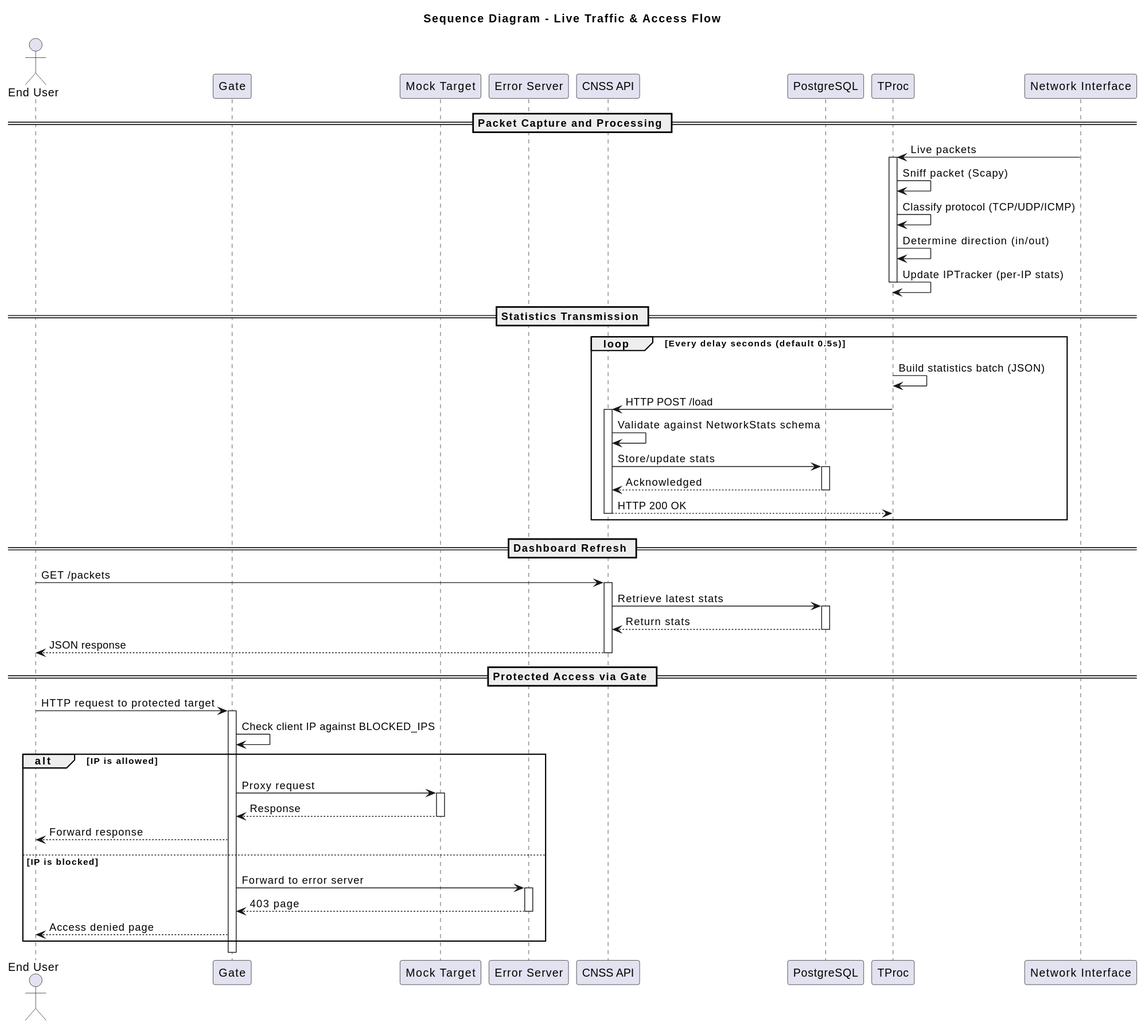
The PlantUML diagram docs/architecture/dynamic-view/sequence-diagram.svg in SWP-Team-46/Traffic-Proccessor, before a commit. The source it was exported from:
```plantuml
@startuml
title Sequence Diagram - Live Traffic & Access Flow

actor "End User" as user
participant "Gate" as gate
participant "Mock Target" as target
participant "Error Server" as error
participant "CNSS API" as api
participant "PostgreSQL" as db
participant "TProc" as tp
participant "Network Interface" as net

== Packet Capture and Processing ==
net -> tp: Live packets
activate tp
tp -> tp: Sniff packet (Scapy)
tp -> tp: Classify protocol (TCP/UDP/ICMP)
tp -> tp: Determine direction (in/out)
tp -> tp: Update IPTracker (per-IP stats)
deactivate tp

== Statistics Transmission ==
loop Every delay seconds (default 0.5s)
    tp -> tp: Build statistics batch (JSON)
    tp -> api: HTTP POST /load
    activate api
    api -> api: Validate against NetworkStats schema
    api -> db: Store/update stats
    activate db
    db --> api: Acknowledged
    deactivate db
    api --> tp: HTTP 200 OK
    deactivate api
end

== Dashboard Refresh ==
user -> api: GET /packets
activate api
api -> db: Retrieve latest stats
activate db
db --> api: Return stats
deactivate db
api --> user: JSON response
deactivate api

== Protected Access via Gate ==
user -> gate: HTTP request to protected target
activate gate
gate -> gate: Check client IP against BLOCKED_IPS

alt IP is allowed
    gate -> target: Proxy request
    activate target
    target --> gate: Response
    deactivate target
    gate --> user: Forward response
else IP is blocked
    gate -> error: Forward to error server
    activate error
    error --> gate: 403 page
    deactivate error
    gate --> user: Access denied page
end
deactivate gate
@enduml
```
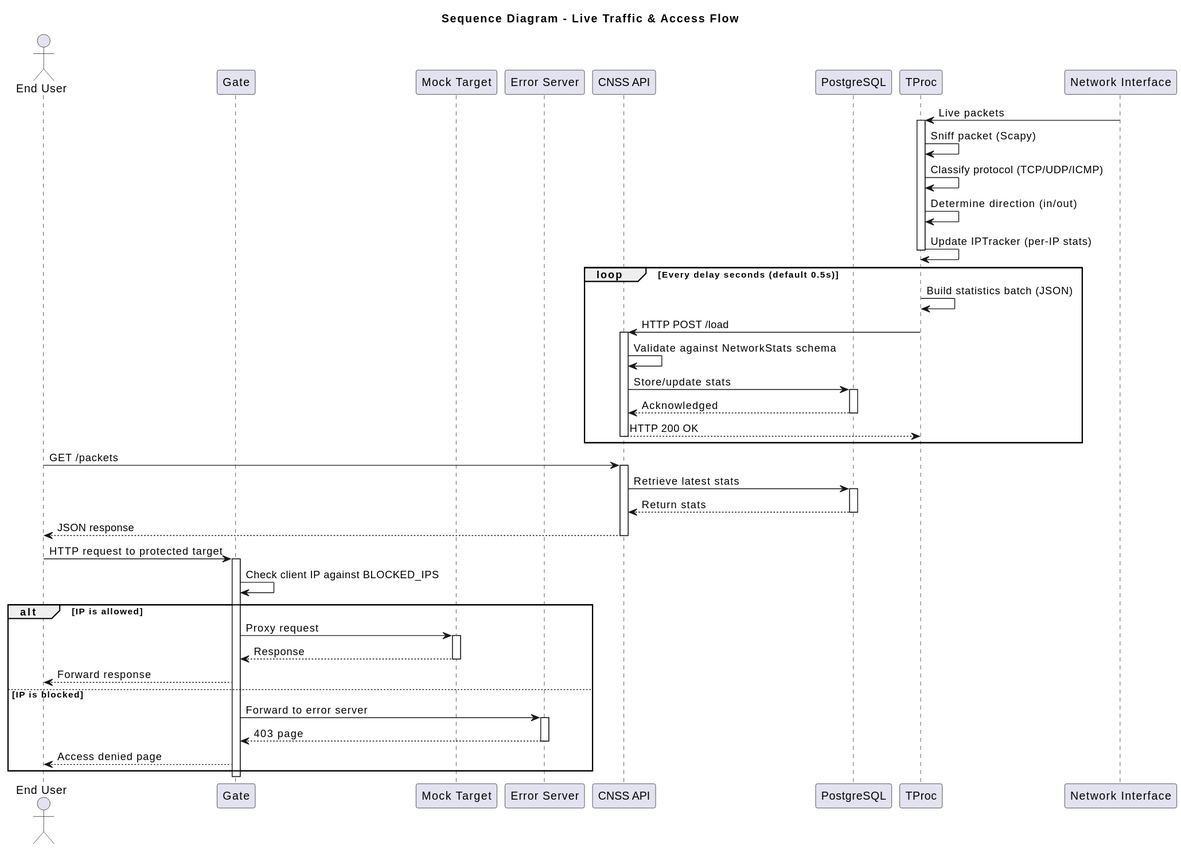
Later version of the same file.

What changed in the source:
```diff
@@ -1,4 +1,5 @@
 @startuml
+
 title Sequence Diagram - Live Traffic & Access Flow
 
 actor "End User" as user
@@ -10,7 +11,6 @@
 participant "TProc" as tp
 participant "Network Interface" as net
 
-== Packet Capture and Processing ==
 net -> tp: Live packets
 activate tp
 tp -> tp: Sniff packet (Scapy)
@@ -19,7 +19,6 @@
 tp -> tp: Update IPTracker (per-IP stats)
 deactivate tp
 
-== Statistics Transmission ==
 loop Every delay seconds (default 0.5s)
     tp -> tp: Build statistics batch (JSON)
     tp -> api: HTTP POST /load
@@ -33,7 +32,6 @@
     deactivate api
 end
 
-== Dashboard Refresh ==
 user -> api: GET /packets
 activate api
 api -> db: Retrieve latest stats
@@ -43,7 +41,6 @@
 api --> user: JSON response
 deactivate api
 
-== Protected Access via Gate ==
 user -> gate: HTTP request to protected target
 activate gate
 gate -> gate: Check client IP against BLOCKED_IPS
```
